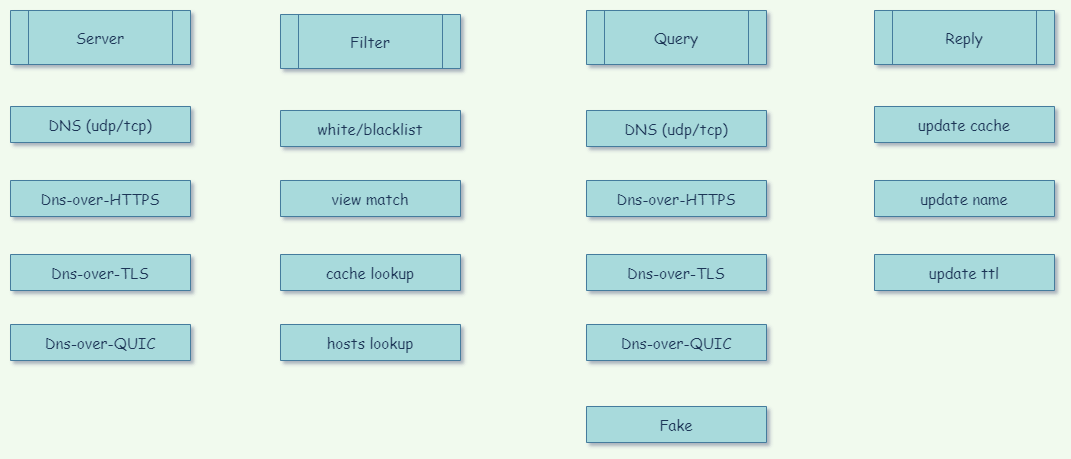
Earlier version of the draw.io export docs/gnamed.png (chaosmatrix/gnamed). Source tidied: cells renumbered, new cells last; positions are measured from the earlier drawing's top-left corner, leaving out a move shared by most shapes.
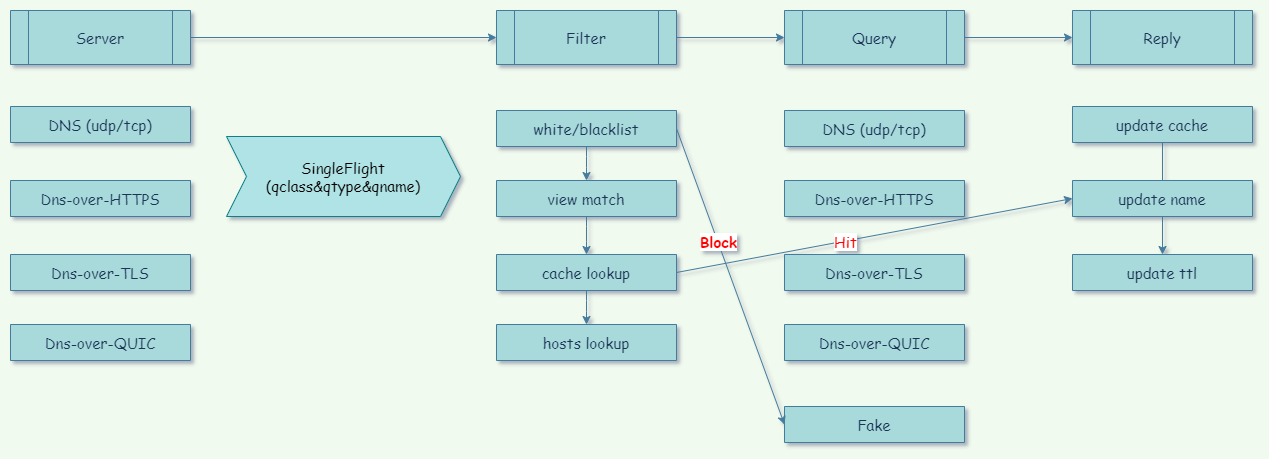
Later version of the same file.

What changed in the source:
```diff
@@ -14,53 +14,89 @@
     <mxCell id="5" value="Dns-over-QUIC" style="rounded=0;whiteSpace=wrap;html=1;fontSize=15;glass=0;strokeWidth=1;shadow=0;fillColor=#A8DADC;strokeColor=#457B9D;fontColor=#1D3557;perimeterSpacing=0;flipH=0;flipV=1;direction=west;fontFamily=Comic Sans MS;" parent="1" vertex="1">
       <mxGeometry y="314" width="180" height="36" as="geometry" />
     </mxCell>
+    <mxCell id="22" style="edgeStyle=orthogonalEdgeStyle;curved=0;rounded=1;sketch=0;jettySize=auto;html=1;fontFamily=Comic Sans MS;fontSize=15;fontColor=#1D3557;strokeColor=#457B9D;fillColor=#A8DADC;" parent="1" edge="1" source="6" target="7">
+      <mxGeometry relative="1" as="geometry" />
+    </mxCell>
     <mxCell id="6" value="Server" style="shape=process;whiteSpace=wrap;html=1;backgroundOutline=1;fillColor=#A8DADC;strokeColor=#457B9D;fontColor=#1D3557;fontSize=15;perimeterSpacing=0;rounded=0;flipH=0;flipV=1;direction=west;fontFamily=Comic Sans MS;" parent="1" vertex="1">
       <mxGeometry width="180" height="54" as="geometry" />
     </mxCell>
+    <mxCell id="23" style="edgeStyle=orthogonalEdgeStyle;curved=0;rounded=1;sketch=0;jettySize=auto;html=1;fontFamily=Comic Sans MS;fontSize=15;fontColor=#1D3557;strokeColor=#457B9D;fillColor=#A8DADC;" parent="1" edge="1" source="7" target="9">
+      <mxGeometry relative="1" as="geometry" />
+    </mxCell>
     <mxCell id="7" value="Filter" style="shape=process;whiteSpace=wrap;html=1;backgroundOutline=1;fillColor=#A8DADC;strokeColor=#457B9D;fontColor=#1D3557;fontSize=15;perimeterSpacing=0;rounded=0;flipH=0;flipV=1;direction=west;fontFamily=Comic Sans MS;" parent="1" vertex="1">
-      <mxGeometry x="270" y="4" width="180" height="54" as="geometry" />
+      <mxGeometry x="486" width="180" height="54" as="geometry" />
     </mxCell>
     <mxCell id="8" value="Reply" style="shape=process;whiteSpace=wrap;html=1;backgroundOutline=1;fillColor=#A8DADC;strokeColor=#457B9D;fontColor=#1D3557;fontSize=15;perimeterSpacing=0;rounded=0;flipH=0;flipV=1;direction=west;fontFamily=Comic Sans MS;" parent="1" vertex="1">
-      <mxGeometry x="864" width="180" height="54" as="geometry" />
+      <mxGeometry x="1062" width="180" height="54" as="geometry" />
     </mxCell>
+    <mxCell id="24" style="edgeStyle=orthogonalEdgeStyle;curved=0;rounded=1;sketch=0;jettySize=auto;html=1;fontFamily=Comic Sans MS;fontSize=15;fontColor=#1D3557;strokeColor=#457B9D;fillColor=#A8DADC;" parent="1" edge="1" source="9" target="8">
+      <mxGeometry relative="1" as="geometry" />
+    </mxCell>
     <mxCell id="9" value="Query" style="shape=process;whiteSpace=wrap;html=1;backgroundOutline=1;fillColor=#A8DADC;strokeColor=#457B9D;fontColor=#1D3557;fontSize=15;perimeterSpacing=0;rounded=0;flipH=0;flipV=1;direction=west;fontFamily=Comic Sans MS;" parent="1" vertex="1">
-      <mxGeometry x="576" width="180" height="54" as="geometry" />
+      <mxGeometry x="774" width="180" height="54" as="geometry" />
     </mxCell>
     <mxCell id="10" value="DNS (udp/tcp)" style="rounded=0;whiteSpace=wrap;html=1;fontSize=15;glass=0;strokeWidth=1;shadow=0;fillColor=#A8DADC;strokeColor=#457B9D;fontColor=#1D3557;perimeterSpacing=0;flipH=0;flipV=1;direction=west;fontFamily=Comic Sans MS;" parent="1" vertex="1">
-      <mxGeometry x="576" y="100" width="180" height="36" as="geometry" />
+      <mxGeometry x="774" y="100" width="180" height="36" as="geometry" />
     </mxCell>
     <mxCell id="11" value="Dns-over-HTTPS" style="rounded=0;whiteSpace=wrap;html=1;fontSize=15;glass=0;strokeWidth=1;shadow=0;fillColor=#A8DADC;strokeColor=#457B9D;fontColor=#1D3557;perimeterSpacing=0;flipH=0;flipV=1;direction=west;fontFamily=Comic Sans MS;" parent="1" vertex="1">
-      <mxGeometry x="576" y="170" width="180" height="36" as="geometry" />
+      <mxGeometry x="774" y="170" width="180" height="36" as="geometry" />
     </mxCell>
     <mxCell id="12" value="Dns-over-TLS" style="rounded=0;whiteSpace=wrap;html=1;fontSize=15;glass=0;strokeWidth=1;shadow=0;fillColor=#A8DADC;strokeColor=#457B9D;fontColor=#1D3557;perimeterSpacing=0;flipH=0;flipV=1;direction=west;fontFamily=Comic Sans MS;" parent="1" vertex="1">
-      <mxGeometry x="576" y="244" width="180" height="36" as="geometry" />
+      <mxGeometry x="774" y="244" width="180" height="36" as="geometry" />
     </mxCell>
     <mxCell id="13" value="Dns-over-QUIC" style="rounded=0;whiteSpace=wrap;html=1;fontSize=15;glass=0;strokeWidth=1;shadow=0;fillColor=#A8DADC;strokeColor=#457B9D;fontColor=#1D3557;perimeterSpacing=0;flipH=0;flipV=1;direction=west;fontFamily=Comic Sans MS;" parent="1" vertex="1">
-      <mxGeometry x="576" y="314" width="180" height="36" as="geometry" />
+      <mxGeometry x="774" y="314" width="180" height="36" as="geometry" />
     </mxCell>
+    <mxCell id="25" style="edgeStyle=orthogonalEdgeStyle;curved=0;rounded=1;sketch=0;jettySize=auto;html=1;fontFamily=Comic Sans MS;fontSize=15;fontColor=#1D3557;strokeColor=#457B9D;fillColor=#A8DADC;" parent="1" edge="1" source="14" target="17">
+      <mxGeometry relative="1" as="geometry" />
+    </mxCell>
     <mxCell id="14" value="white/blacklist" style="rounded=0;whiteSpace=wrap;html=1;fontSize=15;glass=0;strokeWidth=1;shadow=0;fillColor=#A8DADC;strokeColor=#457B9D;fontColor=#1D3557;perimeterSpacing=0;flipH=0;flipV=1;direction=west;fontFamily=Comic Sans MS;" parent="1" vertex="1">
-      <mxGeometry x="270" y="100" width="180" height="36" as="geometry" />
+      <mxGeometry x="486" y="100" width="180" height="36" as="geometry" />
     </mxCell>
     <mxCell id="15" value="hosts lookup" style="rounded=0;whiteSpace=wrap;html=1;fontSize=15;glass=0;strokeWidth=1;shadow=0;fillColor=#A8DADC;strokeColor=#457B9D;fontColor=#1D3557;perimeterSpacing=0;flipH=0;flipV=1;direction=west;fontFamily=Comic Sans MS;" parent="1" vertex="1">
-      <mxGeometry x="270" y="314" width="180" height="36" as="geometry" />
+      <mxGeometry x="486" y="314" width="180" height="36" as="geometry" />
     </mxCell>
+    <mxCell id="26" style="edgeStyle=orthogonalEdgeStyle;curved=0;rounded=1;sketch=0;jettySize=auto;html=1;fontFamily=Comic Sans MS;fontSize=15;fontColor=#1D3557;strokeColor=#457B9D;fillColor=#A8DADC;" parent="1" edge="1" source="16" target="15">
+      <mxGeometry relative="1" as="geometry" />
+    </mxCell>
     <mxCell id="16" value="cache lookup" style="rounded=0;whiteSpace=wrap;html=1;fontSize=15;glass=0;strokeWidth=1;shadow=0;fillColor=#A8DADC;strokeColor=#457B9D;fontColor=#1D3557;perimeterSpacing=0;flipH=0;flipV=1;direction=west;fontFamily=Comic Sans MS;" parent="1" vertex="1">
-      <mxGeometry x="270" y="244" width="180" height="36" as="geometry" />
+      <mxGeometry x="486" y="244" width="180" height="36" as="geometry" />
     </mxCell>
+    <mxCell id="27" style="edgeStyle=orthogonalEdgeStyle;curved=0;rounded=1;sketch=0;jettySize=auto;html=1;fontFamily=Comic Sans MS;fontSize=15;fontColor=#1D3557;strokeColor=#457B9D;fillColor=#A8DADC;" parent="1" edge="1" source="17" target="16">
+      <mxGeometry relative="1" as="geometry" />
+    </mxCell>
     <mxCell id="17" value="view match" style="rounded=0;whiteSpace=wrap;html=1;fontSize=15;glass=0;strokeWidth=1;shadow=0;fillColor=#A8DADC;strokeColor=#457B9D;fontColor=#1D3557;perimeterSpacing=0;flipH=0;flipV=1;direction=west;fontFamily=Comic Sans MS;" parent="1" vertex="1">
-      <mxGeometry x="270" y="170" width="180" height="36" as="geometry" />
+      <mxGeometry x="486" y="170" width="180" height="36" as="geometry" />
     </mxCell>
+    <mxCell id="28" style="edgeStyle=orthogonalEdgeStyle;curved=0;rounded=1;sketch=0;jettySize=auto;html=1;fontFamily=Comic Sans MS;fontSize=15;fontColor=#1D3557;strokeColor=#457B9D;fillColor=#A8DADC;" parent="1" edge="1" source="18" target="21">
+      <mxGeometry relative="1" as="geometry" />
+    </mxCell>
     <mxCell id="18" value="update cache" style="rounded=0;whiteSpace=wrap;html=1;fontSize=15;glass=0;strokeWidth=1;shadow=0;fillColor=#A8DADC;strokeColor=#457B9D;fontColor=#1D3557;perimeterSpacing=0;flipH=0;flipV=1;direction=west;fontFamily=Comic Sans MS;" parent="1" vertex="1">
-      <mxGeometry x="864" y="96" width="180" height="36" as="geometry" />
+      <mxGeometry x="1062" y="96" width="180" height="36" as="geometry" />
     </mxCell>
     <mxCell id="19" value="update name" style="rounded=0;whiteSpace=wrap;html=1;fontSize=15;glass=0;strokeWidth=1;shadow=0;fillColor=#A8DADC;strokeColor=#457B9D;fontColor=#1D3557;perimeterSpacing=0;flipH=0;flipV=1;direction=west;fontFamily=Comic Sans MS;" parent="1" vertex="1">
-      <mxGeometry x="864" y="170" width="180" height="36" as="geometry" />
+      <mxGeometry x="1062" y="170" width="180" height="36" as="geometry" />
     </mxCell>
     <mxCell id="20" value="Fake" style="rounded=0;whiteSpace=wrap;html=1;fontSize=15;glass=0;strokeWidth=1;shadow=0;fillColor=#A8DADC;strokeColor=#457B9D;fontColor=#1D3557;perimeterSpacing=0;flipH=0;flipV=1;direction=west;fontFamily=Comic Sans MS;" parent="1" vertex="1">
-      <mxGeometry x="576" y="396" width="180" height="36" as="geometry" />
+      <mxGeometry x="774" y="396" width="180" height="36" as="geometry" />
     </mxCell>
     <mxCell id="21" value="update ttl" style="rounded=0;whiteSpace=wrap;html=1;fontSize=15;glass=0;strokeWidth=1;shadow=0;fillColor=#A8DADC;strokeColor=#457B9D;fontColor=#1D3557;perimeterSpacing=0;flipH=0;flipV=1;direction=west;fontFamily=Comic Sans MS;" parent="1" vertex="1">
-      <mxGeometry x="864" y="244" width="180" height="36" as="geometry" />
+      <mxGeometry x="1062" y="244" width="180" height="36" as="geometry" />
     </mxCell>
+    <mxCell id="29" style="endArrow=classic;html=1;rounded=1;sketch=0;fontFamily=Comic Sans MS;fontSize=15;fontColor=#1D3557;strokeColor=#457B9D;fillColor=#A8DADC;curved=0;exitX=0;exitY=0.5;exitDx=0;exitDy=0;entryX=1;entryY=0.5;entryDx=0;entryDy=0;" parent="1" edge="1" source="14" target="20">
+      <mxGeometry relative="1" as="geometry" />
+    </mxCell>
+    <mxCell id="30" value="&lt;font color=&quot;#ff0000&quot;&gt;&lt;b&gt;Block&lt;/b&gt;&lt;/font&gt;" style="edgeLabel;html=1;align=center;verticalAlign=middle;fontSize=15;fontFamily=Comic Sans MS;fontColor=#1D3557;" parent="29" vertex="1">
+      <mxGeometry x="-0.24" relative="1" as="geometry" />
+    </mxCell>
+    <mxCell id="31" style="endArrow=classic;html=1;rounded=1;sketch=0;fontFamily=Comic Sans MS;fontSize=15;fontColor=#FF0000;strokeColor=#457B9D;fillColor=#A8DADC;curved=0;exitX=0;exitY=0.5;exitDx=0;exitDy=0;entryX=1;entryY=0.5;entryDx=0;entryDy=0;" parent="1" edge="1" source="16" target="19">
+      <mxGeometry relative="1" as="geometry" />
+    </mxCell>
+    <mxCell id="32" value="Hit" style="edgeLabel;html=1;align=center;verticalAlign=middle;fontSize=15;fontFamily=Comic Sans MS;fontColor=#FF0000;" parent="31" vertex="1">
+      <mxGeometry x="-0.15" relative="1" as="geometry" />
+    </mxCell>
+    <mxCell id="33" value="SingleFlight&lt;br style=&quot;font-size: 15px;&quot;&gt;(qclass&amp;amp;qtype&amp;amp;qname)" style="shape=step;perimeter=stepPerimeter;whiteSpace=wrap;html=1;fixedSize=1;fontSize=15;fontFamily=Comic Sans MS;fillColor=#b0e3e6;strokeColor=#0e8088;" parent="1" vertex="1">
+      <mxGeometry x="216" y="126" width="234" height="80" as="geometry" />
+    </mxCell>
   </root>
 </mxGraphModel>
```
